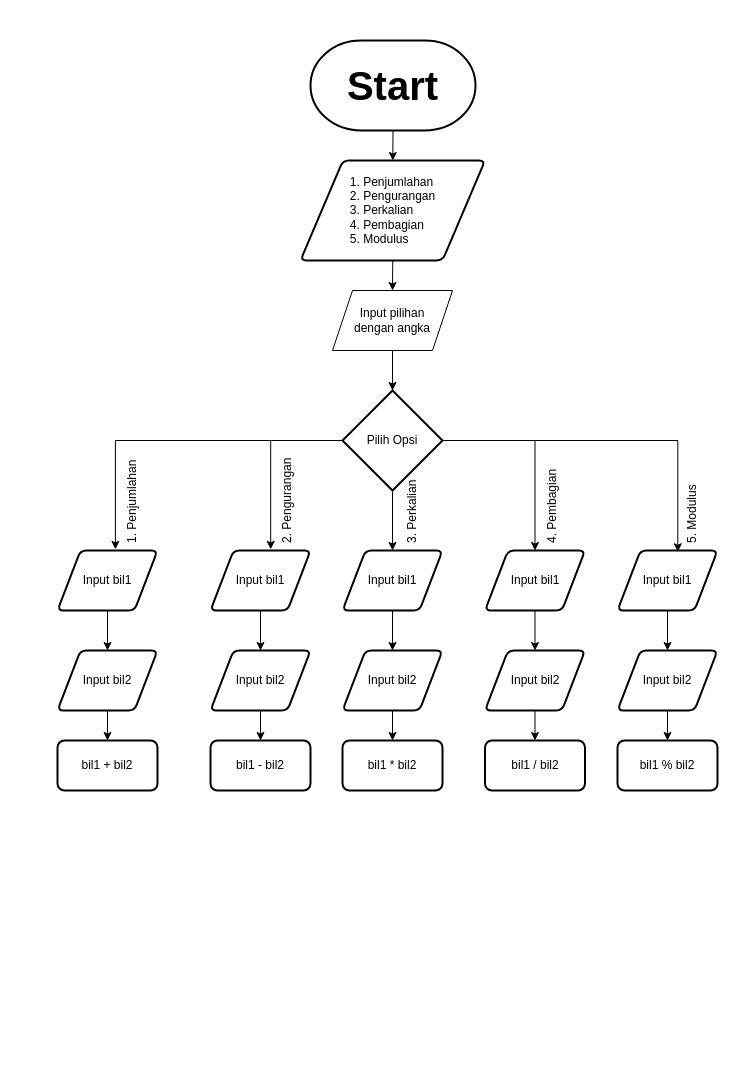
Before: Pemrograman Dasar/PD4-5/nichijou.drawio in Rizqirazkafi/Kuliah, a draw.io diagram. Source tidied: cells renumbered, new cells numbered last; positions are measured from the earlier drawing's top-left corner, leaving out a move shared by most shapes. Both pictures are drawn from the tidied source at 100%, with x=0, y=0 at pixel (57, 40).
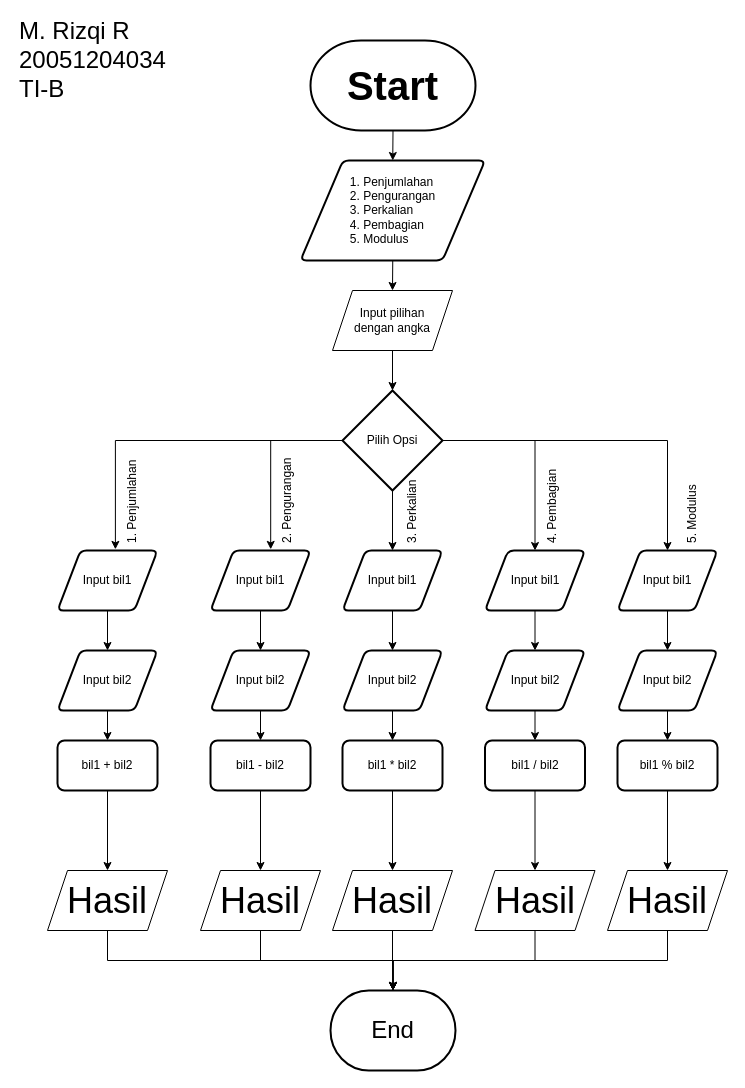
The same diagram, later.

The change refers to these unchanged cells:
```xml
<mxCell id="11" value="&lt;div&gt;Pilih Opsi &lt;br&gt;&lt;/div&gt;" style="strokeWidth=2;html=1;shape=mxgraph.flowchart.decision;whiteSpace=wrap;" parent="1" vertex="1">
  <mxGeometry x="285" y="350" width="100" height="100" as="geometry" />
</mxCell>
<mxCell id="13" value="Input bil1" style="shape=parallelogram;html=1;strokeWidth=2;perimeter=parallelogramPerimeter;whiteSpace=wrap;rounded=1;arcSize=12;size=0.23;" parent="1" vertex="1">
  <mxGeometry y="510" width="100" height="60" as="geometry" />
</mxCell>
<mxCell id="16" value="bil1 + bil2" style="rounded=1;whiteSpace=wrap;html=1;absoluteArcSize=1;arcSize=14;strokeWidth=2;" parent="1" vertex="1">
  <mxGeometry y="700" width="100" height="50" as="geometry" />
</mxCell>
<mxCell id="21" value="bil1 - bil2" style="rounded=1;whiteSpace=wrap;html=1;absoluteArcSize=1;arcSize=14;strokeWidth=2;" parent="1" vertex="1">
  <mxGeometry x="153" y="700" width="100" height="50" as="geometry" />
</mxCell>
<mxCell id="26" value="bil1 * bil2" style="rounded=1;whiteSpace=wrap;html=1;absoluteArcSize=1;arcSize=14;strokeWidth=2;" parent="1" vertex="1">
  <mxGeometry x="285" y="700" width="100" height="50" as="geometry" />
</mxCell>
<mxCell id="31" value="bil1 / bil2" style="rounded=1;whiteSpace=wrap;html=1;absoluteArcSize=1;arcSize=14;strokeWidth=2;" parent="1" vertex="1">
  <mxGeometry x="427.5" y="700" width="100" height="50" as="geometry" />
</mxCell>
<mxCell id="33" value="Input bil1" style="shape=parallelogram;html=1;strokeWidth=2;perimeter=parallelogramPerimeter;whiteSpace=wrap;rounded=1;arcSize=12;size=0.23;" parent="1" vertex="1">
  <mxGeometry x="560" y="510" width="100" height="60" as="geometry" />
</mxCell>
<mxCell id="36" value="bil1 % bil2" style="rounded=1;whiteSpace=wrap;html=1;absoluteArcSize=1;arcSize=14;strokeWidth=2;" parent="1" vertex="1">
  <mxGeometry x="560" y="700" width="100" height="50" as="geometry" />
</mxCell>
```

Diff of the diagram source:
```diff
@@
+    <mxCell id="10" style="edgeStyle=orthogonalEdgeStyle;rounded=0;jettySize=auto;html=1;exitX=0;exitY=0.5;exitDx=0;exitDy=0;exitPerimeter=0;entryX=0.579;entryY=-0.019;entryDx=0;entryDy=0;entryPerimeter=0;" parent="1" edge="1" source="11" target="13">
+      <mxGeometry relative="1" as="geometry" />
+    </mxCell>
-    <mxCell id="9" style="edgeStyle=orthogonalEdgeStyle;rounded=0;jettySize=auto;html=1;exitX=1;exitY=0.5;exitDx=0;exitDy=0;exitPerimeter=0;entryX=0.603;entryY=0.021;entryDx=0;entryDy=0;entryPerimeter=0;" parent="1" edge="1" source="11" target="33">
+    <mxCell id="9" style="edgeStyle=orthogonalEdgeStyle;rounded=0;jettySize=auto;html=1;exitX=1;exitY=0.5;exitDx=0;exitDy=0;exitPerimeter=0;" parent="1" edge="1" source="11" target="33">
       <mxGeometry relative="1" as="geometry" />
     </mxCell>
-    <mxCell id="10" style="edgeStyle=orthogonalEdgeStyle;rounded=0;jettySize=auto;html=1;exitX=0;exitY=0.5;exitDx=0;exitDy=0;exitPerimeter=0;entryX=0.579;entryY=-0.019;entryDx=0;entryDy=0;entryPerimeter=0;" parent="1" edge="1" source="11" target="13">
-      <mxGeometry relative="1" as="geometry" />
-    </mxCell>
@@
+    <mxCell id="44" style="edgeStyle=orthogonalEdgeStyle;rounded=0;jettySize=auto;html=1;exitX=0.5;exitY=1;exitDx=0;exitDy=0;entryX=0.5;entryY=0;entryDx=0;entryDy=0;" parent="1" edge="1" source="16" target="54">
+      <mxGeometry relative="1" as="geometry" />
+    </mxCell>
@@
+    <mxCell id="45" style="edgeStyle=orthogonalEdgeStyle;rounded=0;jettySize=auto;html=1;exitX=0.5;exitY=1;exitDx=0;exitDy=0;entryX=0.5;entryY=0;entryDx=0;entryDy=0;" parent="1" edge="1" source="21" target="52">
+      <mxGeometry relative="1" as="geometry" />
+    </mxCell>
@@
+    <mxCell id="46" style="edgeStyle=orthogonalEdgeStyle;rounded=0;jettySize=auto;html=1;exitX=0.5;exitY=1;exitDx=0;exitDy=0;entryX=0.5;entryY=0;entryDx=0;entryDy=0;" parent="1" edge="1" source="26" target="50">
+      <mxGeometry relative="1" as="geometry" />
+    </mxCell>
@@
+    <mxCell id="47" style="edgeStyle=orthogonalEdgeStyle;rounded=0;jettySize=auto;html=1;exitX=0.5;exitY=1;exitDx=0;exitDy=0;entryX=0.5;entryY=0;entryDx=0;entryDy=0;" parent="1" edge="1" source="31" target="56">
+      <mxGeometry relative="1" as="geometry" />
+    </mxCell>
@@
+    <mxCell id="48" style="edgeStyle=orthogonalEdgeStyle;rounded=0;jettySize=auto;html=1;exitX=0.5;exitY=1;exitDx=0;exitDy=0;entryX=0.5;entryY=0;entryDx=0;entryDy=0;" parent="1" edge="1" source="36" target="58">
+      <mxGeometry relative="1" as="geometry" />
+    </mxCell>
@@
+    <mxCell id="49" style="edgeStyle=orthogonalEdgeStyle;rounded=0;jettySize=auto;html=1;exitX=0.5;exitY=1;exitDx=0;exitDy=0;entryX=0.5;entryY=0;entryDx=0;entryDy=0;entryPerimeter=0;" parent="1" edge="1" source="50" target="59">
+      <mxGeometry relative="1" as="geometry" />
+    </mxCell>
+    <mxCell id="50" value="&lt;font style=&quot;font-size: 36px&quot;&gt;Hasil&lt;/font&gt;" style="shape=parallelogram;perimeter=parallelogramPerimeter;whiteSpace=wrap;html=1;fixedSize=1;" parent="1" vertex="1">
+      <mxGeometry x="275" y="830" width="120" height="60" as="geometry" />
+    </mxCell>
+    <mxCell id="51" style="edgeStyle=orthogonalEdgeStyle;rounded=0;jettySize=auto;html=1;exitX=0.5;exitY=1;exitDx=0;exitDy=0;entryX=0.5;entryY=0;entryDx=0;entryDy=0;entryPerimeter=0;" parent="1" edge="1" source="52" target="59">
+      <mxGeometry relative="1" as="geometry" />
+    </mxCell>
+    <mxCell id="52" value="&lt;font style=&quot;font-size: 36px&quot;&gt;Hasil&lt;/font&gt;" style="shape=parallelogram;perimeter=parallelogramPerimeter;whiteSpace=wrap;html=1;fixedSize=1;" parent="1" vertex="1">
+      <mxGeometry x="143" y="830" width="120" height="60" as="geometry" />
+    </mxCell>
+    <mxCell id="53" style="edgeStyle=orthogonalEdgeStyle;rounded=0;jettySize=auto;html=1;exitX=0.5;exitY=1;exitDx=0;exitDy=0;" parent="1" edge="1" source="54" target="59">
+      <mxGeometry relative="1" as="geometry" />
+    </mxCell>
+    <mxCell id="54" value="&lt;font style=&quot;font-size: 36px&quot;&gt;Hasil&lt;/font&gt;" style="shape=parallelogram;perimeter=parallelogramPerimeter;whiteSpace=wrap;html=1;fixedSize=1;" parent="1" vertex="1">
+      <mxGeometry x="-10" y="830" width="120" height="60" as="geometry" />
+    </mxCell>
+    <mxCell id="55" style="edgeStyle=orthogonalEdgeStyle;rounded=0;jettySize=auto;html=1;exitX=0.5;exitY=1;exitDx=0;exitDy=0;entryX=0.5;entryY=0;entryDx=0;entryDy=0;entryPerimeter=0;" parent="1" edge="1" source="56" target="59">
+      <mxGeometry relative="1" as="geometry" />
+    </mxCell>
+    <mxCell id="56" value="&lt;font style=&quot;font-size: 36px&quot;&gt;Hasil&lt;/font&gt;" style="shape=parallelogram;perimeter=parallelogramPerimeter;whiteSpace=wrap;html=1;fixedSize=1;" parent="1" vertex="1">
+      <mxGeometry x="417.5" y="830" width="120" height="60" as="geometry" />
+    </mxCell>
+    <mxCell id="57" style="edgeStyle=orthogonalEdgeStyle;rounded=0;jettySize=auto;html=1;exitX=0.5;exitY=1;exitDx=0;exitDy=0;" parent="1" edge="1" source="58" target="59">
+      <mxGeometry relative="1" as="geometry" />
+    </mxCell>
+    <mxCell id="58" value="&lt;font style=&quot;font-size: 36px&quot;&gt;Hasil&lt;/font&gt;" style="shape=parallelogram;perimeter=parallelogramPerimeter;whiteSpace=wrap;html=1;fixedSize=1;" parent="1" vertex="1">
+      <mxGeometry x="550" y="830" width="120" height="60" as="geometry" />
+    </mxCell>
+    <mxCell id="59" value="&lt;font style=&quot;font-size: 24px&quot;&gt;End&lt;/font&gt;" style="strokeWidth=2;html=1;shape=mxgraph.flowchart.terminator;whiteSpace=wrap;" parent="1" vertex="1">
+      <mxGeometry x="273" y="950" width="125" height="80" as="geometry" />
+    </mxCell>
+    <mxCell id="60" value="&lt;div&gt;&lt;font style=&quot;font-size: 24px&quot;&gt;M. Rizqi R&lt;/font&gt;&lt;/div&gt;&lt;div&gt;&lt;font style=&quot;font-size: 24px&quot;&gt;20051204034&lt;/font&gt;&lt;/div&gt;&lt;div&gt;&lt;font style=&quot;font-size: 24px&quot;&gt;TI-B&lt;/font&gt;&lt;/div&gt;" style="text;html=1;strokeColor=none;fillColor=none;align=left;verticalAlign=middle;whiteSpace=wrap;rounded=0;" parent="1" vertex="1">
+      <mxGeometry x="-40" y="10" width="150" height="20" as="geometry" />
+    </mxCell>
```
